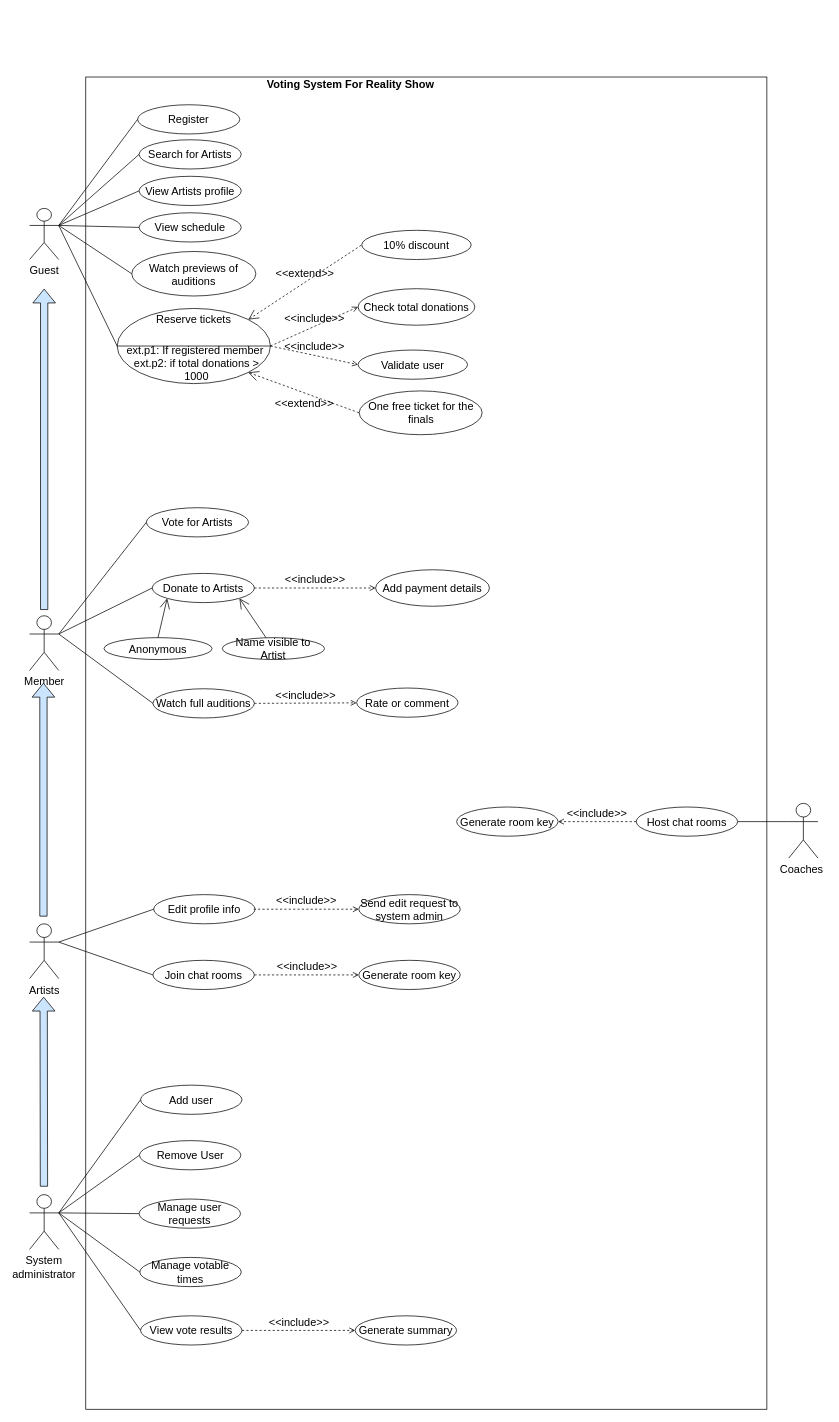
AmanMU/SPM keeps this draw.io diagram as SPM Project.drawio. Above is the earlier version. Source tidied: cells renumbered, new cells numbered last; positions are measured from the earlier drawing's top-left corner, leaving out a move shared by most shapes. Both pictures are drawn from the tidied source at 73%, with x=0, y=0 at pixel (29, 77).
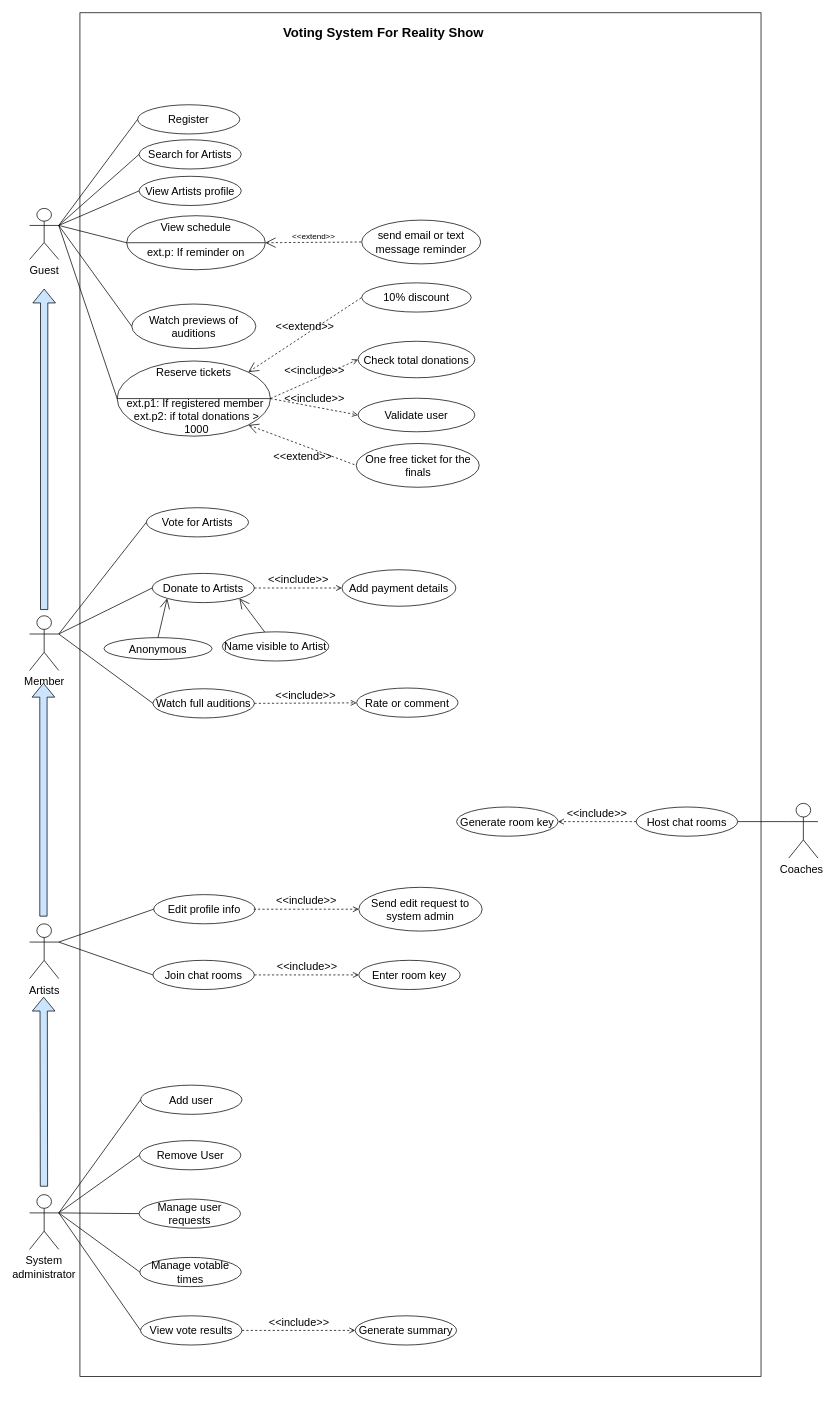
Above is the later version.

Change to the diagram source:
```diff
@@
     <mxCell id="2" style="rounded=0;whiteSpace=wrap;html=1;fillColor=none;fontSize=15;" parent="1" vertex="1">
-      <mxGeometry x="77" width="933" height="1825" as="geometry" />
+      <mxGeometry x="69" y="-88" width="933" height="1868" as="geometry" />
     </mxCell>
@@
-    <mxCell id="5" value="Voting System For Reality Show" style="text;html=1;strokeColor=none;fillColor=none;align=center;verticalAlign=middle;whiteSpace=wrap;rounded=0;fontStyle=1;fontSize=15;" parent="1" vertex="1">
-      <mxGeometry x="270" width="340" height="20" as="geometry" />
+    <mxCell id="5" value="Voting System For Reality Show" style="text;html=1;strokeColor=none;fillColor=none;align=center;verticalAlign=middle;whiteSpace=wrap;rounded=0;fontStyle=1;fontSize=18;" parent="1" vertex="1">
+      <mxGeometry x="315" y="-70" width="340" height="20" as="geometry" />
     </mxCell>
@@
-    <mxCell id="9" value="View schedule" style="ellipse;whiteSpace=wrap;html=1;fillColor=none;fontSize=15;" parent="1" vertex="1">
-      <mxGeometry x="150" y="186" width="140" height="40" as="geometry" />
+    <mxCell id="9" value="View schedule" style="ellipse;whiteSpace=wrap;html=1;fillColor=none;fontSize=15;verticalAlign=top;" parent="1" vertex="1">
+      <mxGeometry x="133" y="190" width="190" height="74" as="geometry" />
     </mxCell>
     <mxCell id="10" value="Watch previews of auditions" style="ellipse;whiteSpace=wrap;html=1;fillColor=none;fontSize=15;" parent="1" vertex="1">
-      <mxGeometry x="140" y="239" width="170" height="61" as="geometry" />
+      <mxGeometry x="140" y="311" width="170" height="61" as="geometry" />
     </mxCell>
     <mxCell id="11" value="&lt;font style=&quot;font-size: 15px;&quot;&gt;Reserve tickets&lt;/font&gt;" style="ellipse;whiteSpace=wrap;html=1;fillColor=none;verticalAlign=top;horizontal=1;labelPosition=center;verticalLabelPosition=middle;align=center;fontSize=15;" parent="1" vertex="1">
-      <mxGeometry x="120" y="317" width="210" height="103" as="geometry" />
+      <mxGeometry x="120" y="389" width="210" height="103" as="geometry" />
     </mxCell>
@@
     <mxCell id="21" value="Name visible to Artist" style="ellipse;whiteSpace=wrap;html=1;fillColor=none;fontSize=15;" parent="1" vertex="1">
-      <mxGeometry x="264" y="768" width="140" height="30" as="geometry" />
+      <mxGeometry x="264" y="760" width="146" height="40" as="geometry" />
     </mxCell>
@@
     <mxCell id="44" value="Check total donations" style="ellipse;whiteSpace=wrap;html=1;fillColor=none;fontSize=15;" parent="1" vertex="1">
-      <mxGeometry x="450" y="290" width="160" height="50" as="geometry" />
+      <mxGeometry x="450" y="362" width="160" height="50" as="geometry" />
     </mxCell>
@@
     <mxCell id="47" value="ext.p1: If registered member&amp;nbsp;&lt;br style=&quot;font-size: 15px;&quot;&gt;ext.p2: if total donations &amp;gt; 1000" style="text;html=1;strokeColor=none;fillColor=none;align=center;verticalAlign=middle;whiteSpace=wrap;rounded=0;fontSize=15;" parent="1" vertex="1">
-      <mxGeometry x="129" y="382" width="200" height="20" as="geometry" />
+      <mxGeometry x="129" y="454" width="200" height="20" as="geometry" />
     </mxCell>
@@
     <mxCell id="49" value="10% discount" style="ellipse;whiteSpace=wrap;html=1;fontSize=15;" parent="1" vertex="1">
-      <mxGeometry x="455" y="210" width="150" height="40" as="geometry" />
+      <mxGeometry x="455" y="282" width="150" height="40" as="geometry" />
     </mxCell>
     <mxCell id="50" value="Validate user" style="ellipse;whiteSpace=wrap;html=1;fillColor=none;fontSize=15;" parent="1" vertex="1">
-      <mxGeometry x="450" y="374" width="150" height="40" as="geometry" />
+      <mxGeometry x="450" y="440" width="160" height="46" as="geometry" />
     </mxCell>
     <mxCell id="51" value="&lt;div style=&quot;font-size: 15px;&quot;&gt;&lt;span style=&quot;font-size: 15px;&quot;&gt;One free ticket for the finals&lt;/span&gt;&lt;/div&gt;" style="ellipse;whiteSpace=wrap;html=1;align=center;fontSize=15;" parent="1" vertex="1">
-      <mxGeometry x="451.5" y="430" width="168.5" height="60" as="geometry" />
+      <mxGeometry x="447.5" y="502" width="168.5" height="60" as="geometry" />
     </mxCell>
@@
-    <mxCell id="63" value="Generate room key" style="ellipse;whiteSpace=wrap;html=1;fillColor=none;fontSize=15;" parent="1" vertex="1">
+    <mxCell id="63" value="Enter room key" style="ellipse;whiteSpace=wrap;html=1;fillColor=none;fontSize=15;" parent="1" vertex="1">
       <mxGeometry x="451" y="1210" width="139" height="40" as="geometry" />
     </mxCell>
@@
     <mxCell id="65" value="Add payment details" style="ellipse;whiteSpace=wrap;html=1;fillColor=none;fontSize=15;" parent="1" vertex="1">
-      <mxGeometry x="474" y="675" width="156" height="50" as="geometry" />
+      <mxGeometry x="428" y="675" width="156" height="50" as="geometry" />
     </mxCell>
@@
     <mxCell id="67" value="Send edit request to system admin" style="ellipse;whiteSpace=wrap;html=1;fillColor=none;fontSize=15;" parent="1" vertex="1">
-      <mxGeometry x="451" y="1120" width="139" height="40" as="geometry" />
+      <mxGeometry x="451" y="1110" width="169" height="60" as="geometry" />
     </mxCell>
@@
+    <mxCell id="72" style="endArrow=none;html=1;exitX=0;exitY=0.5;exitDx=0;exitDy=0;entryX=1;entryY=0.5;entryDx=0;entryDy=0;" parent="1" edge="1" source="9" target="9">
+      <mxGeometry relative="1" as="geometry" />
+    </mxCell>
+    <mxCell id="73" value="ext.p: If reminder on" style="text;html=1;strokeColor=none;fillColor=none;align=center;verticalAlign=middle;whiteSpace=wrap;rounded=0;fontSize=15;" parent="1" vertex="1">
+      <mxGeometry x="153" y="224" width="150" height="30" as="geometry" />
+    </mxCell>
+    <mxCell id="74" value="&amp;lt;&amp;lt;extend&amp;gt;&amp;gt;" style="edgeStyle=none;html=1;startArrow=open;endArrow=none;startSize=12;verticalAlign=bottom;dashed=1;labelBackgroundColor=none;exitX=1;exitY=0.5;exitDx=0;exitDy=0;entryX=0;entryY=0.5;entryDx=0;entryDy=0;" parent="1" edge="1" source="9" target="75">
+      <mxGeometry relative="1" as="geometry" />
+    </mxCell>
+    <mxCell id="75" value="send email or text message reminder" style="ellipse;whiteSpace=wrap;html=1;fontSize=15;" parent="1" vertex="1">
+      <mxGeometry x="455" y="196" width="163" height="60" as="geometry" />
+    </mxCell>
```
